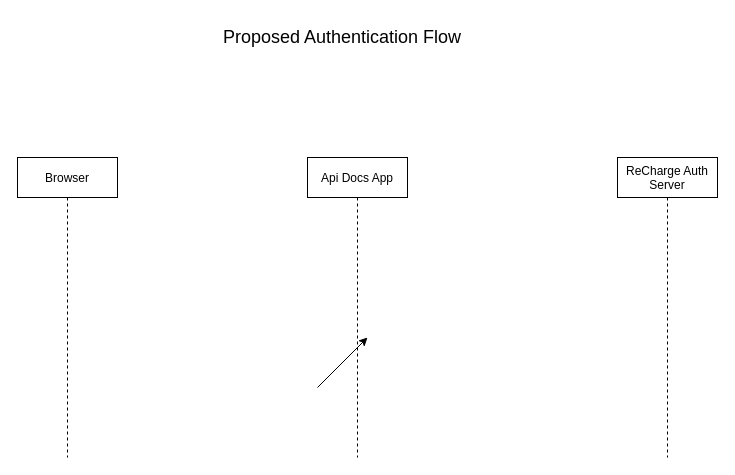
Before: ReChargeApiDocs/Untitled Diagram.drawio in alexrsunrise/diagrams, a draw.io diagram. Source tidied: cells renumbered, new cells numbered last; positions are measured from the earlier drawing's top-left corner, leaving out a move shared by most shapes. Both pictures are drawn from the tidied source at 100%, with x=0, y=0 at pixel (17, 17).
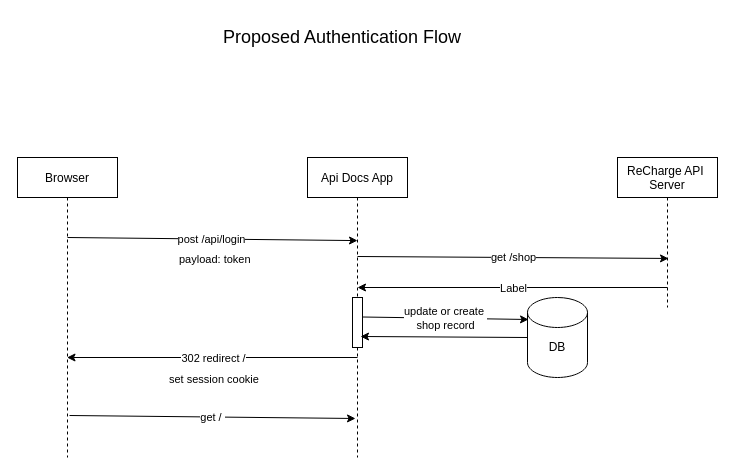
Above is the later version.

Unchanged cells that the change refers to:
```xml
<mxCell id="2" value="Api Docs App" style="shape=umlLifeline;perimeter=lifelinePerimeter;rounded=0;shadow=0;strokeWidth=1;" parent="1" vertex="1">
  <mxGeometry x="290" y="140" width="100" height="300" as="geometry" />
</mxCell>
<mxCell id="5" value="Browser" style="shape=umlLifeline;perimeter=lifelinePerimeter;rounded=0;shadow=0;strokeWidth=1;" parent="1" vertex="1">
  <mxGeometry y="140" width="100" height="300" as="geometry" />
</mxCell>
```

Change to the diagram source:
```diff
@@
-    <mxCell id="3" value="ReCharge Auth &#10;Server" style="shape=umlLifeline;perimeter=lifelinePerimeter;rounded=0;shadow=0;strokeWidth=1;" parent="1" vertex="1">
-      <mxGeometry x="600" y="140" width="100" height="300" as="geometry" />
+    <mxCell id="3" value="ReCharge API &#10;Server" style="shape=umlLifeline;perimeter=lifelinePerimeter;rounded=0;shadow=0;strokeWidth=1;" parent="1" vertex="1">
+      <mxGeometry x="600" y="140" width="100" height="150" as="geometry" />
     </mxCell>
@@
-    <mxCell id="6" style="endArrow=classic;html=1;" parent="1" edge="1">
-      <mxGeometry relative="1" as="geometry">
-        <mxPoint x="300" y="370" as="sourcePoint" />
-        <mxPoint x="350" y="320" as="targetPoint" />
-      </mxGeometry>
-    </mxCell>
+    <mxCell id="7" style="endArrow=classic;html=1;entryX=0.5;entryY=0.277;entryDx=0;entryDy=0;entryPerimeter=0;" parent="1" edge="1" target="2">
+      <mxGeometry relative="1" as="geometry">
+        <mxPoint x="50" y="220" as="sourcePoint" />
+      </mxGeometry>
+    </mxCell>
+    <mxCell id="8" value="post /api/login" style="edgeLabel;html=1;align=center;verticalAlign=middle;" parent="7" vertex="1">
+      <mxGeometry relative="1" as="geometry">
+        <mxPoint x="-1" as="offset" />
+      </mxGeometry>
+    </mxCell>
+    <mxCell id="9" value="payload: token" style="edgeLabel;html=1;align=left;verticalAlign=bottom;" parent="7" vertex="1">
+      <mxGeometry x="-1" relative="1" as="geometry">
+        <mxPoint x="110" y="30" as="offset" />
+      </mxGeometry>
+    </mxCell>
+    <mxCell id="10" style="endArrow=classic;html=1;exitX=0.5;exitY=0.33;exitDx=0;exitDy=0;exitPerimeter=0;entryX=0.51;entryY=0.673;entryDx=0;entryDy=0;entryPerimeter=0;" parent="1" edge="1" source="2" target="3">
+      <mxGeometry relative="1" as="geometry" />
+    </mxCell>
+    <mxCell id="11" value="get /shop" style="edgeLabel;html=1;align=center;verticalAlign=middle;" parent="10" vertex="1">
+      <mxGeometry relative="1" as="geometry" />
+    </mxCell>
+    <mxCell id="12" style="endArrow=classic;html=1;" parent="1" edge="1">
+      <mxGeometry relative="1" as="geometry">
+        <mxPoint x="650" y="270" as="sourcePoint" />
+        <mxPoint x="340" y="270" as="targetPoint" />
+      </mxGeometry>
+    </mxCell>
+    <mxCell id="13" value="Label" style="edgeLabel;html=1;align=center;verticalAlign=middle;" parent="12" vertex="1">
+      <mxGeometry relative="1" as="geometry" />
+    </mxCell>
+    <mxCell id="14" style="rounded=0;whiteSpace=wrap;html=1;" parent="1" vertex="1">
+      <mxGeometry x="335" y="280" width="10" height="50" as="geometry" />
+    </mxCell>
+    <mxCell id="15" style="endArrow=classic;html=1;" parent="1" edge="1" target="5">
+      <mxGeometry relative="1" as="geometry">
+        <mxPoint x="340" y="340" as="sourcePoint" />
+      </mxGeometry>
+    </mxCell>
+    <mxCell id="16" value="302 redirect /" style="edgeLabel;html=1;align=center;verticalAlign=middle;" parent="15" vertex="1">
+      <mxGeometry relative="1" as="geometry" />
+    </mxCell>
+    <mxCell id="17" value="set session cookie" style="edgeLabel;html=1;align=left;verticalAlign=bottom;" parent="15" vertex="1">
+      <mxGeometry x="-1" relative="1" as="geometry">
+        <mxPoint x="-190" y="30" as="offset" />
+      </mxGeometry>
+    </mxCell>
+    <mxCell id="18" style="endArrow=classic;html=1;exitX=0.52;exitY=0.86;exitDx=0;exitDy=0;exitPerimeter=0;entryX=0.48;entryY=0.87;entryDx=0;entryDy=0;entryPerimeter=0;" parent="1" edge="1" source="5" target="2">
+      <mxGeometry relative="1" as="geometry" />
+    </mxCell>
+    <mxCell id="19" value="get /&amp;nbsp;" style="edgeLabel;html=1;align=center;verticalAlign=middle;" parent="18" vertex="1">
+      <mxGeometry relative="1" as="geometry" />
+    </mxCell>
+    <mxCell id="20" style="shape=cylinder3;whiteSpace=wrap;html=1;boundedLbl=1;backgroundOutline=1;size=15;" parent="1" vertex="1">
+      <mxGeometry x="510" y="280" width="60" height="80" as="geometry" />
+    </mxCell>
+    <mxCell id="21" value="DB" style="text;html=1;strokeColor=none;fillColor=none;align=center;verticalAlign=middle;whiteSpace=wrap;rounded=0;" parent="1" vertex="1">
+      <mxGeometry x="520" y="320" width="40" height="20" as="geometry" />
+    </mxCell>
+    <mxCell id="22" style="endArrow=classic;html=1;entryX=0.017;entryY=0.275;entryDx=0;entryDy=0;entryPerimeter=0;" parent="1" edge="1" target="20">
+      <mxGeometry relative="1" as="geometry">
+        <mxPoint x="345" y="299.5" as="sourcePoint" />
+      </mxGeometry>
+    </mxCell>
+    <mxCell id="23" value="update or create&amp;nbsp;&lt;br&gt;shop record" style="edgeLabel;html=1;align=center;verticalAlign=middle;" parent="22" vertex="1">
+      <mxGeometry relative="1" as="geometry" />
+    </mxCell>
+    <mxCell id="24" style="endArrow=classic;html=1;exitX=0;exitY=0.5;exitDx=0;exitDy=0;exitPerimeter=0;" parent="1" edge="1" source="20">
+      <mxGeometry relative="1" as="geometry">
+        <mxPoint x="343" y="319" as="targetPoint" />
+      </mxGeometry>
+    </mxCell>
```
